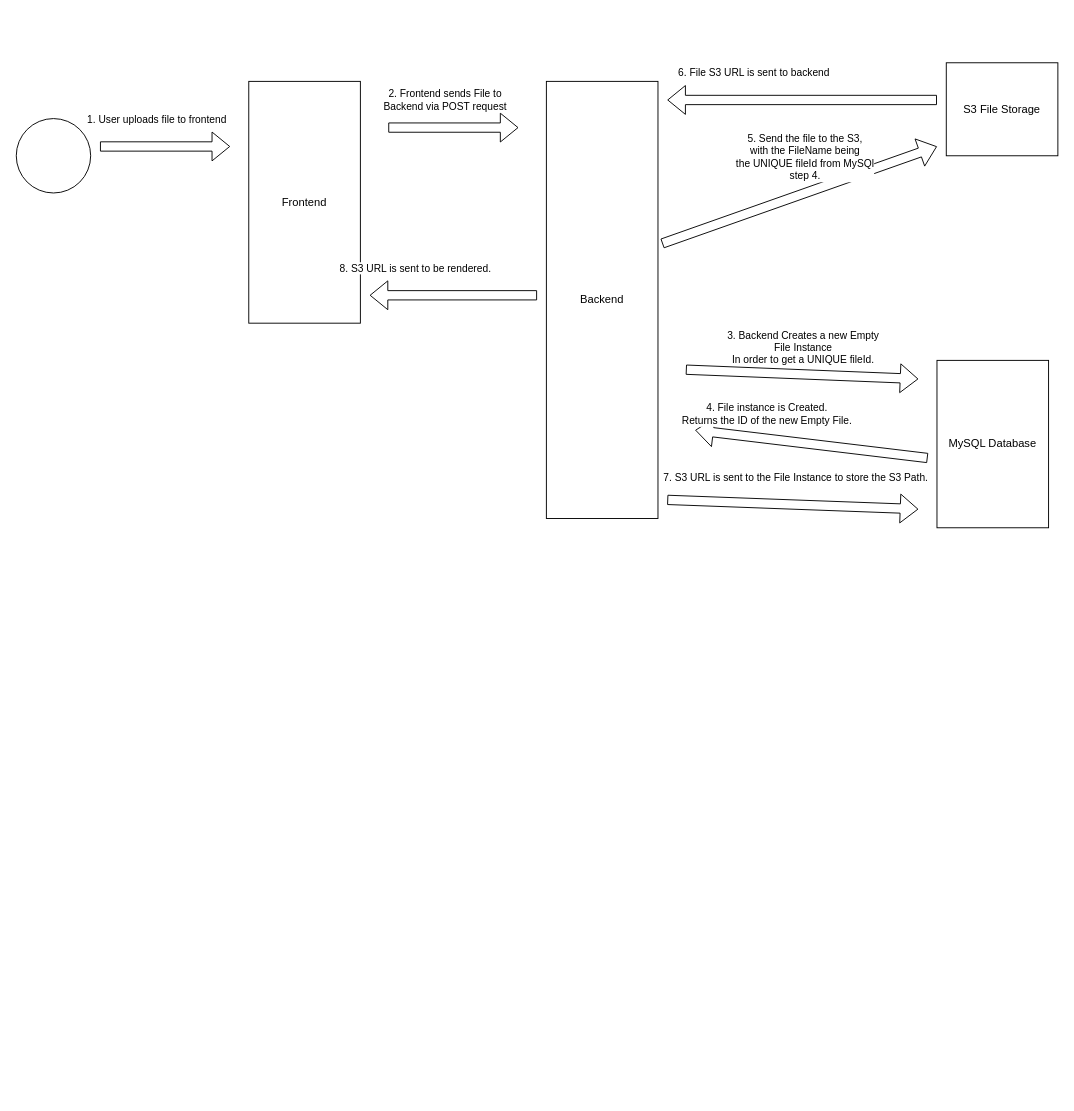
This is app/backend/UMLs/FileUpload.drawio from RithvikKasarla/Big-O-of-No, a draw.io file, before an edit. Source tidied: cells renumbered, new cells numbered last; positions are measured from the earlier drawing's top-left corner, leaving out a move shared by most shapes. Both pictures are drawn from the tidied source at 93%, with x=0, y=0 at pixel (16, 62). Pictures stored in the file or linked from it are replaced by grey dashed boxes.
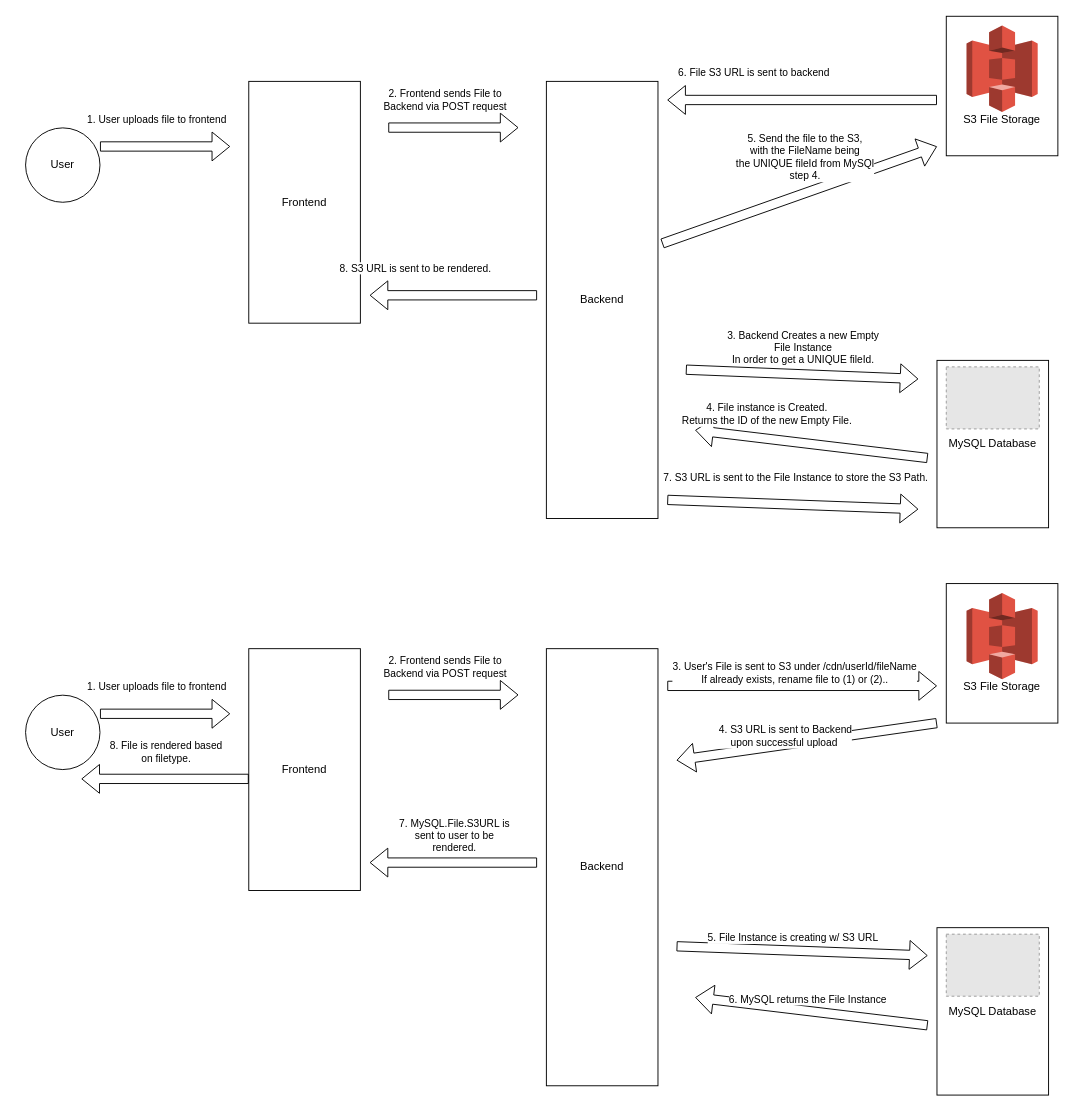
Above is the later version.

Commit message:
Formulated a better CDN strategy

Diff of the diagram source:
```diff
@@
-    <mxCell id="4" value="S3 File Storage" style="rounded=0;whiteSpace=wrap;html=1;" parent="1" vertex="1">
-      <mxGeometry x="1000" width="120" height="100" as="geometry" />
+    <mxCell id="4" value="&lt;br&gt;&lt;br&gt;&lt;br&gt;&lt;br&gt;&lt;br&gt;S3 File Storage" style="rounded=0;whiteSpace=wrap;html=1;" parent="1" vertex="1">
+      <mxGeometry x="1000" y="-50" width="120" height="150" as="geometry" />
     </mxCell>
@@
-    <mxCell id="6" style="ellipse;whiteSpace=wrap;html=1;" parent="1" vertex="1">
-      <mxGeometry y="60" width="80" height="80" as="geometry" />
+    <mxCell id="6" value="User" style="ellipse;whiteSpace=wrap;html=1;" parent="1" vertex="1">
+      <mxGeometry x="10" y="70" width="80" height="80" as="geometry" />
     </mxCell>
@@
+    <mxCell id="23" style="dashed=0;verticalLabelPosition=bottom;verticalAlign=top;align=center;html=1;shape=mxgraph.aws3.s3;fillColor=#E05243;gradientColor=none;" parent="1" vertex="1">
+      <mxGeometry x="1021.8" y="-40" width="76.5" height="93" as="geometry" />
+    </mxCell>
+    <mxCell id="24" style="fillColor=#E6E6E6;strokeColor=#999999;dashed=1;verticalLabelPosition=bottom;verticalAlign=top;" parent="1" vertex="1">
+      <mxGeometry x="1000" y="327" width="100" height="66.7" as="geometry" />
+    </mxCell>
+    <mxCell id="25" value="Frontend" style="rounded=0;whiteSpace=wrap;html=1;" parent="1" vertex="1">
+      <mxGeometry x="250" y="630" width="120" height="260" as="geometry" />
+    </mxCell>
+    <mxCell id="26" value="Backend" style="rounded=0;whiteSpace=wrap;html=1;" parent="1" vertex="1">
+      <mxGeometry x="570" y="630" width="120" height="470" as="geometry" />
+    </mxCell>
+    <mxCell id="27" value="&lt;br&gt;&lt;br&gt;&lt;br&gt;&lt;br&gt;&lt;br&gt;S3 File Storage" style="rounded=0;whiteSpace=wrap;html=1;" parent="1" vertex="1">
+      <mxGeometry x="1000" y="560" width="120" height="150" as="geometry" />
+    </mxCell>
+    <mxCell id="28" value="MySQL Database" style="rounded=0;whiteSpace=wrap;html=1;" parent="1" vertex="1">
+      <mxGeometry x="990" y="930" width="120" height="180" as="geometry" />
+    </mxCell>
+    <mxCell id="29" value="User" style="ellipse;whiteSpace=wrap;html=1;" parent="1" vertex="1">
+      <mxGeometry x="10" y="680" width="80" height="80" as="geometry" />
+    </mxCell>
+    <mxCell id="30" style="shape=flexArrow;endArrow=classic;html=1;" parent="1" edge="1">
+      <mxGeometry relative="1" as="geometry">
+        <mxPoint x="90" y="700" as="sourcePoint" />
+        <mxPoint x="230" y="700" as="targetPoint" />
+      </mxGeometry>
+    </mxCell>
+    <mxCell id="31" value="1. User uploads file to frontend" style="edgeLabel;html=1;align=center;verticalAlign=middle;" parent="30" vertex="1">
+      <mxGeometry x="0.2" relative="1" as="geometry">
+        <mxPoint x="-24" y="-30" as="offset" />
+      </mxGeometry>
+    </mxCell>
+    <mxCell id="32" style="shape=flexArrow;endArrow=classic;html=1;" parent="1" edge="1">
+      <mxGeometry relative="1" as="geometry">
+        <mxPoint x="400" y="679.7" as="sourcePoint" />
+        <mxPoint x="540" y="679.7" as="targetPoint" />
+      </mxGeometry>
+    </mxCell>
+    <mxCell id="33" value="2. Frontend sends File to &lt;br&gt;Backend via POST request" style="edgeLabel;html=1;align=center;verticalAlign=middle;" parent="32" vertex="1">
+      <mxGeometry x="0.2" relative="1" as="geometry">
+        <mxPoint x="-24" y="-30" as="offset" />
+      </mxGeometry>
+    </mxCell>
+    <mxCell id="34" style="shape=flexArrow;endArrow=classic;html=1;" parent="1" edge="1">
+      <mxGeometry relative="1" as="geometry">
+        <mxPoint x="990" y="710" as="sourcePoint" />
+        <mxPoint x="710" y="750" as="targetPoint" />
+      </mxGeometry>
+    </mxCell>
+    <mxCell id="35" value="4. S3 URL is sent to Backend&lt;br&gt;upon successful upload&amp;nbsp;" style="edgeLabel;html=1;align=center;verticalAlign=middle;" parent="34" vertex="1">
+      <mxGeometry x="0.16" y="-10" relative="1" as="geometry" />
+    </mxCell>
+    <mxCell id="36" style="shape=flexArrow;endArrow=classic;html=1;" parent="1" edge="1">
+      <mxGeometry relative="1" as="geometry">
+        <mxPoint x="980" y="1035" as="sourcePoint" />
+        <mxPoint x="730" y="1005" as="targetPoint" />
+      </mxGeometry>
+    </mxCell>
+    <mxCell id="37" value="6. MySQL returns the File Instance" style="edgeLabel;html=1;align=center;verticalAlign=middle;" parent="36" vertex="1">
+      <mxGeometry x="0.05" y="-13" relative="1" as="geometry" />
+    </mxCell>
+    <mxCell id="38" style="shape=flexArrow;endArrow=classic;html=1;" parent="1" edge="1">
+      <mxGeometry relative="1" as="geometry">
+        <mxPoint x="700" y="670" as="sourcePoint" />
+        <mxPoint x="990" y="670" as="targetPoint" />
+      </mxGeometry>
+    </mxCell>
+    <mxCell id="39" value="3. User's File is sent to S3 under /cdn/userId/fileName&lt;br&gt;If already exists, rename file to (1) or (2).." style="edgeLabel;html=1;align=center;verticalAlign=middle;" parent="38" vertex="1">
+      <mxGeometry x="-0.06" y="15" relative="1" as="geometry" />
+    </mxCell>
+    <mxCell id="40" style="shape=flexArrow;endArrow=classic;html=1;" parent="1" edge="1">
+      <mxGeometry relative="1" as="geometry">
+        <mxPoint x="710" y="950" as="sourcePoint" />
+        <mxPoint x="980" y="960" as="targetPoint" />
+      </mxGeometry>
+    </mxCell>
+    <mxCell id="41" value="5. File Instance is creating w/ S3 URL" style="edgeLabel;html=1;align=center;verticalAlign=middle;" parent="40" vertex="1">
+      <mxGeometry x="-0.08" y="14" relative="1" as="geometry" />
+    </mxCell>
+    <mxCell id="42" style="shape=flexArrow;endArrow=classic;html=1;" parent="1" edge="1">
+      <mxGeometry relative="1" as="geometry">
+        <mxPoint x="560" y="860" as="sourcePoint" />
+        <mxPoint x="380" y="860" as="targetPoint" />
+      </mxGeometry>
+    </mxCell>
+    <mxCell id="43" value="7. MySQL.File.S3URL is&lt;br&gt;sent to user to be&lt;br&gt;rendered." style="edgeLabel;html=1;align=center;verticalAlign=middle;" parent="42" vertex="1">
+      <mxGeometry x="0.2" relative="1" as="geometry">
+        <mxPoint x="18" y="-30" as="offset" />
+      </mxGeometry>
+    </mxCell>
+    <mxCell id="44" style="dashed=0;verticalLabelPosition=bottom;verticalAlign=top;align=center;html=1;shape=mxgraph.aws3.s3;fillColor=#E05243;gradientColor=none;" parent="1" vertex="1">
+      <mxGeometry x="1021.8" y="570" width="76.5" height="93" as="geometry" />
+    </mxCell>
+    <mxCell id="45" style="fillColor=#E6E6E6;strokeColor=#999999;dashed=1;verticalLabelPosition=bottom;verticalAlign=top;" parent="1" vertex="1">
+      <mxGeometry x="1000" y="937" width="100" height="66.7" as="geometry" />
+    </mxCell>
+    <mxCell id="46" style="shape=flexArrow;endArrow=classic;html=1;" parent="1" edge="1">
+      <mxGeometry relative="1" as="geometry">
+        <mxPoint x="250" y="770" as="sourcePoint" />
+        <mxPoint x="70" y="770" as="targetPoint" />
+      </mxGeometry>
+    </mxCell>
+    <mxCell id="47" value="8. File is rendered based&lt;br&gt;on filetype." style="edgeLabel;html=1;align=center;verticalAlign=middle;" parent="46" vertex="1">
+      <mxGeometry x="0.2" relative="1" as="geometry">
+        <mxPoint x="18" y="-30" as="offset" />
+      </mxGeometry>
+    </mxCell>
```
